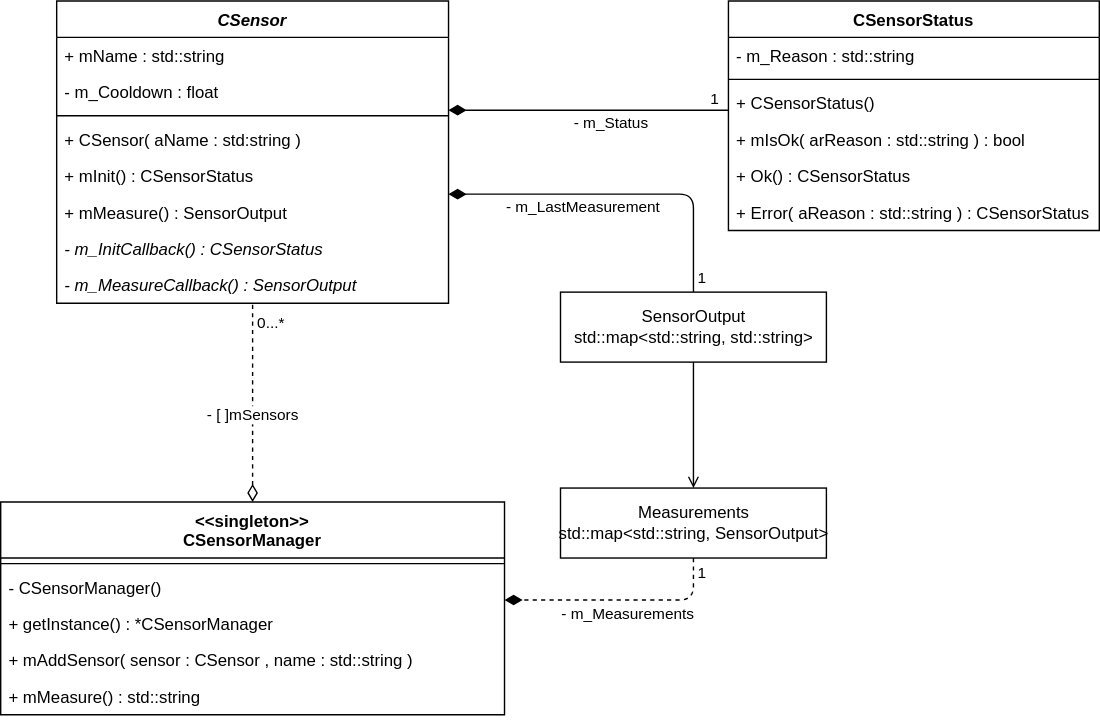
This is uml/sensor-abstraction.drawio.svg from SenseBoxTI/FirmwareDesign, a draw.io export, as it was before one commit. Source tidied: cells renumbered, new cells last; positions are measured from the earlier drawing's top-left corner, leaving out a move shared by most shapes. Source of this version:
```xml
<mxGraphModel>
  <root>
    <mxCell id="0" />
    <mxCell id="1" parent="0" />
    <mxCell id="2" style="edgeStyle=orthogonalEdgeStyle;html=1;dashed=1;startArrow=diamondThin;startFill=0;endArrow=none;endFill=0;startSize=10;endSize=8;" parent="1" edge="1" source="5" target="11">
      <mxGeometry relative="1" as="geometry" />
    </mxCell>
    <mxCell id="3" value="0...*" style="edgeLabel;html=1;align=center;verticalAlign=middle;" parent="2" vertex="1">
      <mxGeometry x="0.85" y="-1" relative="1" as="geometry">
        <mxPoint x="11" y="3" as="offset" />
      </mxGeometry>
    </mxCell>
    <mxCell id="4" value="- [ ]mSensors" style="edgeLabel;html=1;align=center;verticalAlign=middle;" parent="2" vertex="1">
      <mxGeometry x="-0.27" y="1" relative="1" as="geometry">
        <mxPoint y="-11" as="offset" />
      </mxGeometry>
    </mxCell>
    <mxCell id="5" value="&lt;&lt;singleton&gt;&gt;&#10;CSensorManager" style="swimlane;fontStyle=1;align=center;verticalAlign=top;horizontal=1;startSize=40;" parent="1" vertex="1">
      <mxGeometry y="358" width="360" height="152" as="geometry" />
    </mxCell>
    <mxCell id="6" style="line;strokeWidth=1;fillColor=none;align=left;verticalAlign=middle;spacingTop=-1;spacingLeft=3;spacingRight=3;labelPosition=right;" parent="5" vertex="1">
      <mxGeometry y="40" width="360" height="8" as="geometry" />
    </mxCell>
    <mxCell id="7" value="- CSensorManager()" style="text;strokeColor=none;fillColor=none;align=left;verticalAlign=top;spacingLeft=4;spacingRight=4;overflow=hidden;" parent="5" vertex="1">
      <mxGeometry y="48" width="360" height="26" as="geometry" />
    </mxCell>
    <mxCell id="8" value="+ getInstance() : *CSensorManager" style="text;strokeColor=none;fillColor=none;align=left;verticalAlign=top;spacingLeft=4;spacingRight=4;overflow=hidden;" parent="5" vertex="1">
      <mxGeometry y="74" width="360" height="26" as="geometry" />
    </mxCell>
    <mxCell id="9" value="+ mAddSensor( sensor : CSensor , name : std::string )" style="text;strokeColor=none;fillColor=none;align=left;verticalAlign=top;spacingLeft=4;spacingRight=4;overflow=hidden;" parent="5" vertex="1">
      <mxGeometry y="100" width="360" height="26" as="geometry" />
    </mxCell>
    <mxCell id="10" value="+ mMeasure() : std::string" style="text;strokeColor=none;fillColor=none;align=left;verticalAlign=top;spacingLeft=4;spacingRight=4;overflow=hidden;" parent="5" vertex="1">
      <mxGeometry y="126" width="360" height="26" as="geometry" />
    </mxCell>
    <mxCell id="11" value="CSensor" style="swimlane;fontStyle=3;align=center;verticalAlign=top;horizontal=1;startSize=26;" parent="1" vertex="1">
      <mxGeometry x="40" width="280" height="216" as="geometry" />
    </mxCell>
    <mxCell id="12" value="+ mName : std::string" style="text;strokeColor=none;fillColor=none;align=left;verticalAlign=top;spacingLeft=4;spacingRight=4;overflow=hidden;" parent="11" vertex="1">
      <mxGeometry y="26" width="280" height="26" as="geometry" />
    </mxCell>
    <mxCell id="13" value="- m_Cooldown : float" style="text;strokeColor=none;fillColor=none;align=left;verticalAlign=top;spacingLeft=4;spacingRight=4;overflow=hidden;" parent="11" vertex="1">
      <mxGeometry y="52" width="280" height="26" as="geometry" />
    </mxCell>
    <mxCell id="14" style="line;strokeWidth=1;fillColor=none;align=left;verticalAlign=middle;spacingTop=-1;spacingLeft=3;spacingRight=3;labelPosition=right;" parent="11" vertex="1">
      <mxGeometry y="78" width="280" height="8" as="geometry" />
    </mxCell>
    <mxCell id="15" value="+ CSensor( aName : std:string )" style="text;strokeColor=none;fillColor=none;align=left;verticalAlign=top;spacingLeft=4;spacingRight=4;overflow=hidden;" parent="11" vertex="1">
      <mxGeometry y="86" width="280" height="26" as="geometry" />
    </mxCell>
    <mxCell id="16" value="+ mInit() : CSensorStatus" style="text;strokeColor=none;fillColor=none;align=left;verticalAlign=top;spacingLeft=4;spacingRight=4;overflow=hidden;fontStyle=0;" parent="11" vertex="1">
      <mxGeometry y="112" width="280" height="26" as="geometry" />
    </mxCell>
    <mxCell id="17" value="+ mMeasure() : SensorOutput" style="text;strokeColor=none;fillColor=none;align=left;verticalAlign=top;spacingLeft=4;spacingRight=4;overflow=hidden;fontStyle=0;" parent="11" vertex="1">
      <mxGeometry y="138" width="280" height="26" as="geometry" />
    </mxCell>
    <mxCell id="18" value="- m_InitCallback() : CSensorStatus" style="text;strokeColor=none;fillColor=none;align=left;verticalAlign=top;spacingLeft=4;spacingRight=4;overflow=hidden;fontStyle=2;" parent="11" vertex="1">
      <mxGeometry y="164" width="280" height="26" as="geometry" />
    </mxCell>
    <mxCell id="19" value="- m_MeasureCallback() : SensorOutput" style="text;strokeColor=none;fillColor=none;align=left;verticalAlign=top;spacingLeft=4;spacingRight=4;overflow=hidden;fontStyle=2;" parent="11" vertex="1">
      <mxGeometry y="190" width="280" height="26" as="geometry" />
    </mxCell>
    <mxCell id="20" style="text;strokeColor=none;fillColor=none;align=left;verticalAlign=middle;spacingTop=-1;spacingLeft=4;spacingRight=4;labelPosition=right;" parent="1" vertex="1">
      <mxGeometry x="290" y="298" width="20" height="14" as="geometry" />
    </mxCell>
    <mxCell id="21" style="edgeStyle=orthogonalEdgeStyle;html=1;startArrow=none;startFill=0;endArrow=diamondThin;endFill=1;startSize=10;endSize=10;" parent="1" edge="1" source="24" target="11">
      <mxGeometry relative="1" as="geometry">
        <Array as="points">
          <mxPoint x="495" y="138" />
        </Array>
      </mxGeometry>
    </mxCell>
    <mxCell id="22" value="1" style="edgeLabel;html=1;align=center;verticalAlign=middle;" parent="21" vertex="1">
      <mxGeometry x="-0.8" y="3" relative="1" as="geometry">
        <mxPoint x="8" y="14" as="offset" />
      </mxGeometry>
    </mxCell>
    <mxCell id="23" value="- m_LastMeasurement" style="edgeLabel;html=1;align=center;verticalAlign=middle;" parent="21" vertex="1">
      <mxGeometry x="0.13" relative="1" as="geometry">
        <mxPoint x="-12" y="8" as="offset" />
      </mxGeometry>
    </mxCell>
    <mxCell id="24" value="&lt;span style=&quot;text-align: left&quot;&gt;SensorOutput&lt;br&gt;std::map&amp;lt;std::string, std::string&amp;gt;&lt;/span&gt;" style="html=1;" parent="1" vertex="1">
      <mxGeometry x="400" y="208" width="190" height="50" as="geometry" />
    </mxCell>
    <mxCell id="25" style="edgeStyle=orthogonalEdgeStyle;html=1;endArrow=diamondThin;endFill=1;startSize=6;endSize=10;" parent="1" edge="1" source="28" target="11">
      <mxGeometry relative="1" as="geometry">
        <Array as="points">
          <mxPoint x="510" y="78" />
          <mxPoint x="510" y="78" />
        </Array>
      </mxGeometry>
    </mxCell>
    <mxCell id="26" value="- m_Status" style="edgeLabel;html=1;align=center;verticalAlign=middle;" parent="25" vertex="1">
      <mxGeometry x="-0.23" y="2" relative="1" as="geometry">
        <mxPoint x="-8" y="6" as="offset" />
      </mxGeometry>
    </mxCell>
    <mxCell id="27" value="1" style="edgeLabel;html=1;align=center;verticalAlign=middle;" parent="25" vertex="1">
      <mxGeometry x="-0.77" y="-1" relative="1" as="geometry">
        <mxPoint x="13" y="-8" as="offset" />
      </mxGeometry>
    </mxCell>
    <mxCell id="28" value="CSensorStatus" style="swimlane;fontStyle=1;align=center;verticalAlign=top;horizontal=1;startSize=26;" parent="1" vertex="1">
      <mxGeometry x="520" width="265" height="164" as="geometry" />
    </mxCell>
    <mxCell id="29" value="- m_Reason : std::string" style="text;strokeColor=none;fillColor=none;align=left;verticalAlign=top;spacingLeft=4;spacingRight=4;overflow=hidden;" parent="28" vertex="1">
      <mxGeometry y="26" width="265" height="26" as="geometry" />
    </mxCell>
    <mxCell id="30" style="line;strokeWidth=1;fillColor=none;align=left;verticalAlign=middle;spacingTop=-1;spacingLeft=3;spacingRight=3;labelPosition=right;" parent="28" vertex="1">
      <mxGeometry y="52" width="265" height="8" as="geometry" />
    </mxCell>
    <mxCell id="31" value="+ CSensorStatus()" style="text;strokeColor=none;fillColor=none;align=left;verticalAlign=top;spacingLeft=4;spacingRight=4;overflow=hidden;" parent="28" vertex="1">
      <mxGeometry y="60" width="265" height="26" as="geometry" />
    </mxCell>
    <mxCell id="32" value="+ mIsOk( arReason : std::string ) : bool" style="text;strokeColor=none;fillColor=none;align=left;verticalAlign=top;spacingLeft=4;spacingRight=4;overflow=hidden;" parent="28" vertex="1">
      <mxGeometry y="86" width="265" height="26" as="geometry" />
    </mxCell>
    <mxCell id="33" value="+ Ok() : CSensorStatus" style="text;strokeColor=none;fillColor=none;align=left;verticalAlign=top;spacingLeft=4;spacingRight=4;overflow=hidden;" parent="28" vertex="1">
      <mxGeometry y="112" width="265" height="26" as="geometry" />
    </mxCell>
    <mxCell id="34" value="+ Error( aReason : std::string ) : CSensorStatus" style="text;strokeColor=none;fillColor=none;align=left;verticalAlign=top;spacingLeft=4;spacingRight=4;overflow=hidden;" parent="28" vertex="1">
      <mxGeometry y="138" width="265" height="26" as="geometry" />
    </mxCell>
    <mxCell id="35" style="edgeStyle=orthogonalEdgeStyle;html=1;startArrow=open;startFill=0;endArrow=none;endFill=0;startSize=6;endSize=6;" parent="1" edge="1" source="39" target="24">
      <mxGeometry relative="1" as="geometry" />
    </mxCell>
    <mxCell id="36" style="edgeStyle=orthogonalEdgeStyle;html=1;startArrow=none;startFill=0;endArrow=diamondThin;endFill=1;startSize=10;endSize=10;dashed=1;" parent="1" edge="1" source="39" target="5">
      <mxGeometry relative="1" as="geometry">
        <Array as="points">
          <mxPoint x="495" y="428" />
        </Array>
      </mxGeometry>
    </mxCell>
    <mxCell id="37" value="- m_Measurements" style="edgeLabel;html=1;align=center;verticalAlign=middle;" parent="36" vertex="1">
      <mxGeometry x="0.44" relative="1" as="geometry">
        <mxPoint x="41" y="9" as="offset" />
      </mxGeometry>
    </mxCell>
    <mxCell id="38" value="1" style="edgeLabel;html=1;align=center;verticalAlign=middle;" parent="36" vertex="1">
      <mxGeometry x="-0.89" y="-1" relative="1" as="geometry">
        <mxPoint x="6" y="1" as="offset" />
      </mxGeometry>
    </mxCell>
    <mxCell id="39" value="&lt;span style=&quot;text-align: left&quot;&gt;Measurements&lt;br&gt;std::map&amp;lt;std::string, SensorOutput&amp;gt;&lt;/span&gt;" style="html=1;" parent="1" vertex="1">
      <mxGeometry x="400" y="348" width="190" height="50" as="geometry" />
    </mxCell>
  </root>
</mxGraphModel>
```
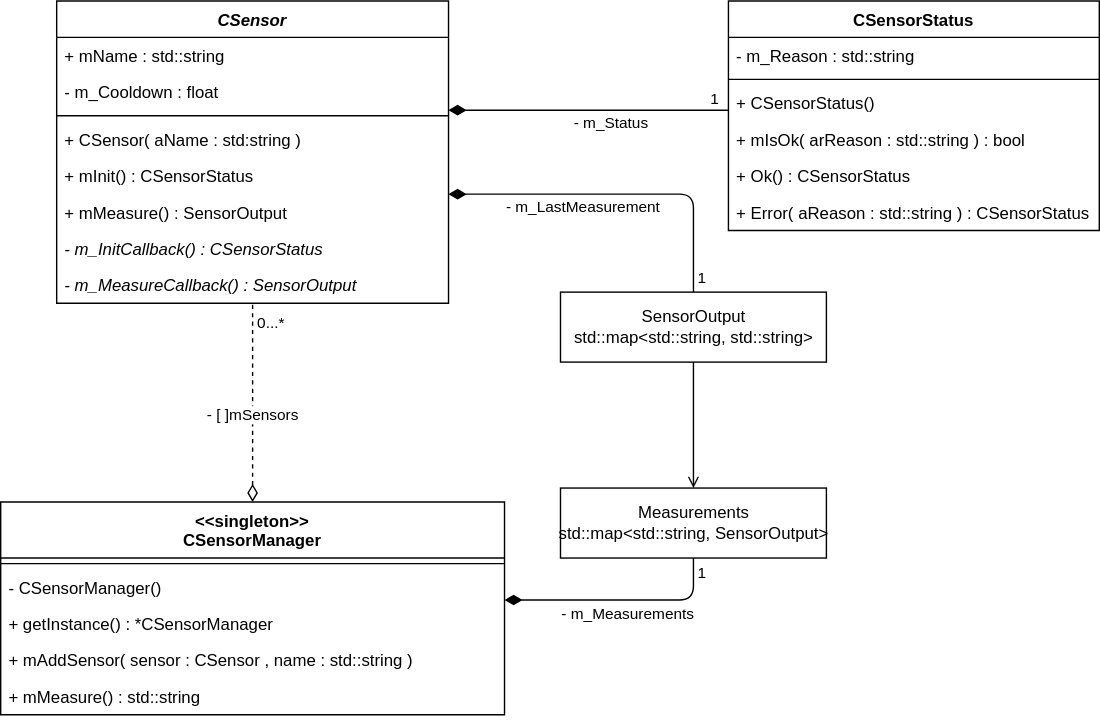
After the commit.

Commit message:
correct line for composition relation

Change to the diagram source:
```diff
@@ -125,7 +125,7 @@
     <mxCell id="35" style="edgeStyle=orthogonalEdgeStyle;html=1;startArrow=open;startFill=0;endArrow=none;endFill=0;startSize=6;endSize=6;" parent="1" edge="1" source="39" target="24">
       <mxGeometry relative="1" as="geometry" />
     </mxCell>
-    <mxCell id="36" style="edgeStyle=orthogonalEdgeStyle;html=1;startArrow=none;startFill=0;endArrow=diamondThin;endFill=1;startSize=10;endSize=10;dashed=1;" parent="1" edge="1" source="39" target="5">
+    <mxCell id="36" style="edgeStyle=orthogonalEdgeStyle;html=1;startArrow=none;startFill=0;endArrow=diamondThin;endFill=1;startSize=10;endSize=10;" parent="1" edge="1" source="39" target="5">
       <mxGeometry relative="1" as="geometry">
         <Array as="points">
           <mxPoint x="495" y="428" />
```
